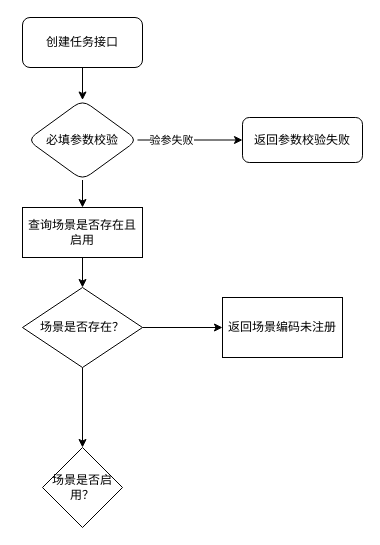
Before: 我的任务-创建.drawio in DongRuihua/draw, a draw.io diagram. Source tidied: cells renumbered, new cells numbered last; positions are measured from the earlier drawing's top-left corner, leaving out a move shared by most shapes. Both pictures are drawn from the tidied source at 100%, with x=0, y=0 at pixel (22, 17).
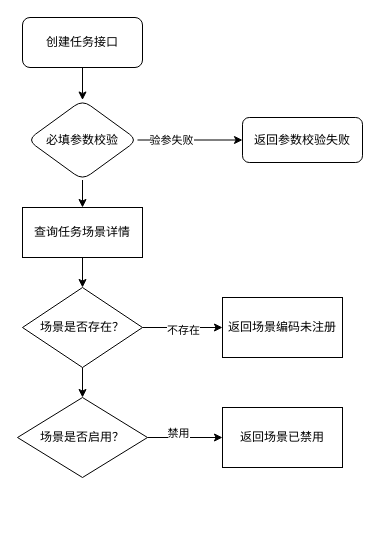
After the change.

Commit message (it also covers changes not shown here):
更新我的任务-创建.drawio

What changed in the source:
```diff
@@
 <mxGraphModel>
   <root>
     <mxCell id="0" />
     <mxCell id="1" parent="0" />
     <mxCell id="2" style="edgeStyle=orthogonalEdgeStyle;rounded=0;jettySize=auto;html=1;" parent="1" edge="1" source="3" target="8">
       <mxGeometry relative="1" as="geometry" />
     </mxCell>
     <mxCell id="3" value="创建任务接口" style="rounded=1;whiteSpace=wrap;html=1;" parent="1" vertex="1">
       <mxGeometry width="120" height="50" as="geometry" />
     </mxCell>
     <mxCell id="4" value="返回参数校验失败" style="whiteSpace=wrap;html=1;rounded=1;" parent="1" vertex="1">
       <mxGeometry x="220" y="100" width="120" height="45" as="geometry" />
     </mxCell>
     <mxCell id="5" style="edgeStyle=orthogonalEdgeStyle;rounded=0;jettySize=auto;html=1;" parent="1" edge="1" source="8" target="4">
       <mxGeometry relative="1" as="geometry" />
     </mxCell>
     <mxCell id="6" value="验参失败" style="edgeLabel;html=1;align=center;verticalAlign=middle;" parent="5" vertex="1">
       <mxGeometry x="-0.38" relative="1" as="geometry" />
     </mxCell>
     <mxCell id="7" style="edgeStyle=orthogonalEdgeStyle;rounded=0;jettySize=auto;html=1;" parent="1" edge="1" source="8" target="10">
       <mxGeometry relative="1" as="geometry" />
     </mxCell>
     <mxCell id="8" value="必填参数校验" style="rhombus;whiteSpace=wrap;html=1;rounded=1;" parent="1" vertex="1">
       <mxGeometry x="5" y="82.5" width="110" height="80" as="geometry" />
     </mxCell>
     <mxCell id="9" style="edgeStyle=orthogonalEdgeStyle;rounded=0;jettySize=auto;html=1;" parent="1" edge="1" source="10" target="13">
       <mxGeometry relative="1" as="geometry" />
     </mxCell>
-    <mxCell id="10" value="查询场景是否存在且启用" style="rounded=0;whiteSpace=wrap;html=1;" parent="1" vertex="1">
+    <mxCell id="10" value="查询任务场景详情" style="rounded=0;whiteSpace=wrap;html=1;" parent="1" vertex="1">
       <mxGeometry y="190" width="120" height="50" as="geometry" />
     </mxCell>
     <mxCell id="11" style="edgeStyle=orthogonalEdgeStyle;rounded=0;jettySize=auto;html=1;" parent="1" edge="1" source="13" target="14">
       <mxGeometry relative="1" as="geometry" />
     </mxCell>
+    <mxCell id="16" value="不存在" style="edgeLabel;html=1;align=center;verticalAlign=middle;" parent="11" vertex="1">
+      <mxGeometry x="-0.01" y="-2" relative="1" as="geometry" />
+    </mxCell>
     <mxCell id="12" style="edgeStyle=orthogonalEdgeStyle;rounded=0;jettySize=auto;html=1;" parent="1" edge="1" source="13" target="15">
       <mxGeometry relative="1" as="geometry" />
     </mxCell>
     <mxCell id="13" value="场景是否存在？" style="rhombus;whiteSpace=wrap;html=1;rounded=0;" parent="1" vertex="1">
       <mxGeometry y="270" width="120" height="80" as="geometry" />
     </mxCell>
     <mxCell id="14" value="返回场景编码未注册" style="whiteSpace=wrap;html=1;rounded=0;" parent="1" vertex="1">
       <mxGeometry x="200" y="280" width="120" height="60" as="geometry" />
     </mxCell>
+    <mxCell id="17" style="edgeStyle=orthogonalEdgeStyle;rounded=0;jettySize=auto;html=1;" parent="1" edge="1" source="15" target="19">
+      <mxGeometry relative="1" as="geometry" />
+    </mxCell>
+    <mxCell id="18" value="禁用" style="edgeLabel;html=1;align=center;verticalAlign=middle;" parent="17" vertex="1">
+      <mxGeometry x="-0.2" y="5" relative="1" as="geometry" />
+    </mxCell>
     <mxCell id="15" value="场景是否启用？" style="rhombus;whiteSpace=wrap;html=1;rounded=0;" parent="1" vertex="1">
-      <mxGeometry x="20" y="430" width="80" height="80" as="geometry" />
+      <mxGeometry x="-5" y="380" width="130" height="80" as="geometry" />
     </mxCell>
+    <mxCell id="19" value="返回场景已禁用" style="rounded=0;whiteSpace=wrap;html=1;" parent="1" vertex="1">
+      <mxGeometry x="200" y="390" width="120" height="60" as="geometry" />
+    </mxCell>
   </root>
 </mxGraphModel>
```
